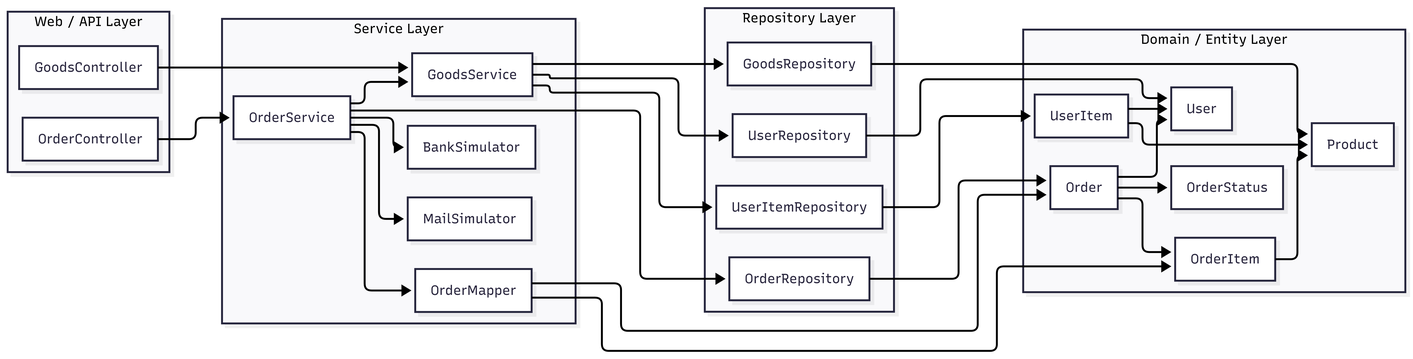
Before: report/umls/mts-shop-class-uml.png, a diagram exported from Mermaid (senya-2011/mts-online-shop). Its source is kept beside it as report/umls/mts-shop-class-uml.mmd.
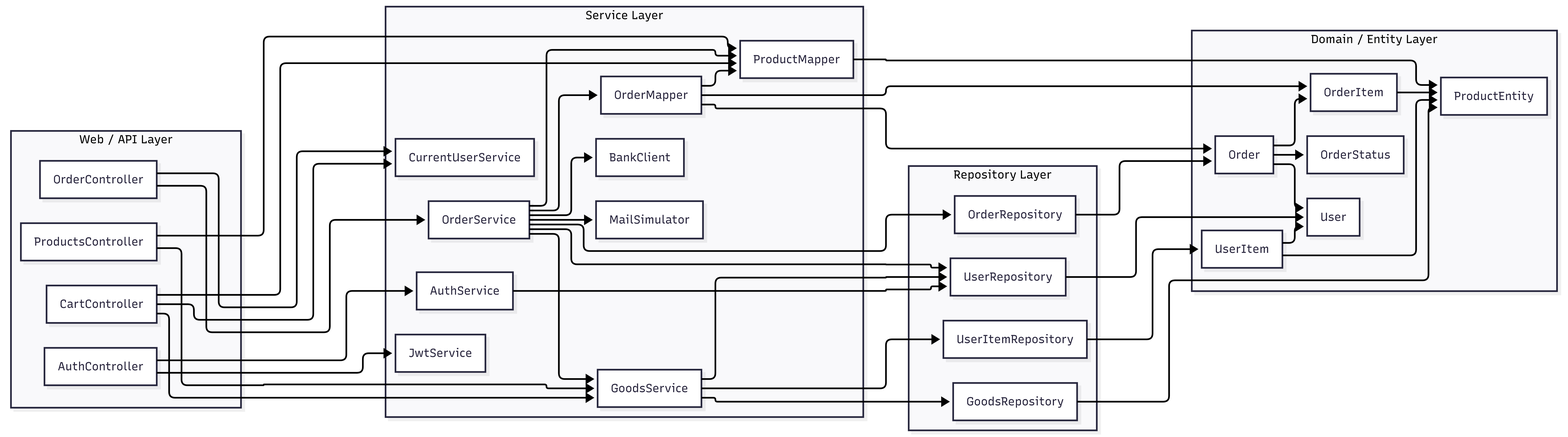
Above is the later version.

Commit message:
chore: add new uml in report

Diff of the diagram source:
```diff
@@ -6,15 +6,21 @@
  subgraph Controllers["Web / API Layer"]
     direction TB
         OrderController["OrderController"]
-        GoodsController["GoodsController"]
+        ProductsController["ProductsController"]
+        CartController["CartController"]
+        AuthController["AuthController"]
   end
  subgraph Services["Service Layer"]
     direction TB
         OrderService["OrderService"]
         GoodsService["GoodsService"]
+        AuthService["AuthService"]
         OrderMapper["OrderMapper"]
-        BankSimulator["BankSimulator"]
+        ProductMapper["ProductMapper"]
+        BankClient["BankClient"]
         MailSimulator["MailSimulator"]
+        JwtService["JwtService"]
+        CurrentUserService["CurrentUserService"]
   end
  subgraph Repositories["Repository Layer"]
     direction TB
@@ -29,18 +35,40 @@
         OrderItem["OrderItem"]
         User["User"]
         UserItem["UserItem"]
-        Product["Product"]
+        ProductEntity["ProductEntity"]
         OrderStatus["OrderStatus"]
   end
     OrderController --> OrderService
-    GoodsController --> GoodsService
-    OrderService --> OrderRepository & GoodsService & OrderMapper & BankSimulator & MailSimulator
-    GoodsService --> GoodsRepository & UserItemRepository & UserRepository
+    OrderController --> CurrentUserService
+    ProductsController --> GoodsService
+    ProductsController --> ProductMapper
+    CartController --> GoodsService
+    CartController --> ProductMapper
+    CartController --> CurrentUserService
+    AuthController --> AuthService
+    AuthController --> JwtService
+    OrderService --> OrderRepository
+    OrderService --> GoodsService
+    OrderService --> OrderMapper
+    OrderService --> ProductMapper
+    OrderService --> UserRepository
+    OrderService --> BankClient
+    OrderService --> MailSimulator
+    GoodsService --> GoodsRepository
+    GoodsService --> UserItemRepository
+    GoodsService --> UserRepository
+    AuthService --> UserRepository
     OrderRepository --> Order
     UserItemRepository --> UserItem
-    GoodsRepository --> Product
+    GoodsRepository --> ProductEntity
     UserRepository --> User
-    OrderMapper --> Order & OrderItem
-    Order --> OrderItem & User & OrderStatus
-    OrderItem --> Product
-    UserItem --> User & Product
+    OrderMapper --> Order
+    OrderMapper --> OrderItem
+    OrderMapper --> ProductMapper
+    ProductMapper --> ProductEntity
+    Order --> OrderItem
+    Order --> User
+    Order --> OrderStatus
+    OrderItem --> ProductEntity
+    UserItem --> User
+    UserItem --> ProductEntity
```
